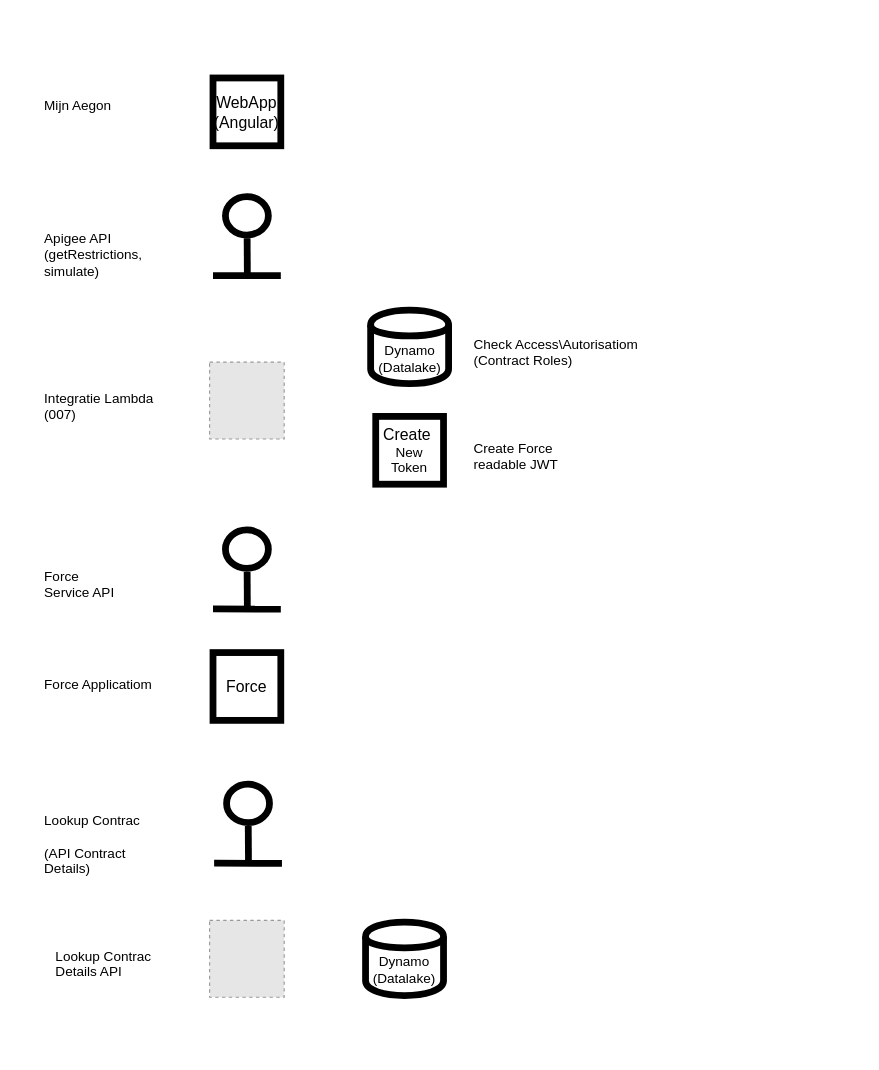
Before: apis_in_remedy.drawio in luchthandel/diagrams, a draw.io diagram. Source tidied: cells renumbered, new cells numbered last; positions are measured from the earlier drawing's top-left corner, leaving out a move shared by most shapes. Both pictures are drawn from the tidied source at 113%, with x=0, y=0 at pixel (42, 78). Pictures stored in the file or linked from it are replaced by grey dashed boxes.
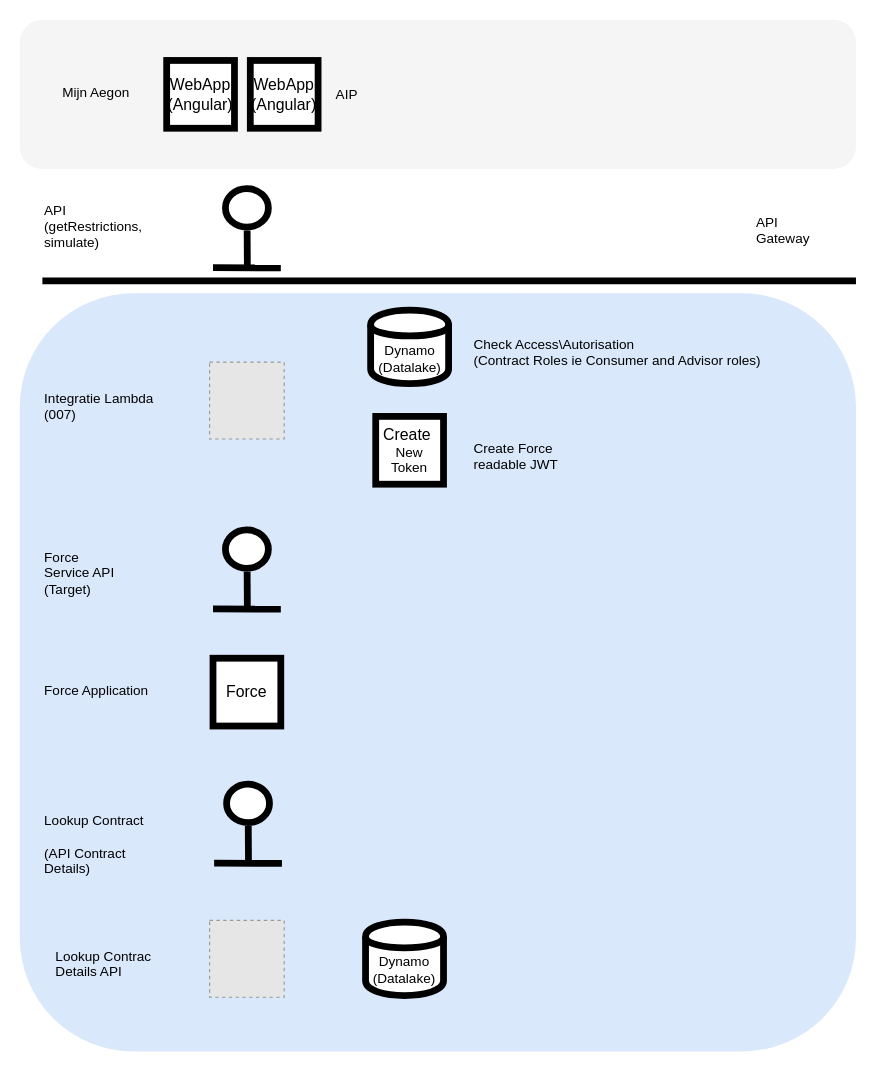
The same page after the edit.

The edit, as a diff of the source:
```diff
@@
+    <mxCell id="30" style="rounded=1;whiteSpace=wrap;html=1;strokeWidth=6;fillColor=#dae8fc;strokeColor=none;" parent="1" vertex="1">
+      <mxGeometry x="-20" y="190" width="740" height="671" as="geometry" />
+    </mxCell>
+    <mxCell id="31" style="rounded=1;whiteSpace=wrap;html=1;strokeWidth=6;fillColor=#f5f5f5;strokeColor=none;fontColor=#333333;" parent="1" vertex="1">
+      <mxGeometry x="-20" y="-52" width="740" height="132" as="geometry" />
+    </mxCell>
@@
     <mxCell id="3" style="group;strokeWidth=6;" parent="1" vertex="1">
-      <mxGeometry x="151" y="118.5" width="60" height="56" as="geometry" />
+      <mxGeometry x="151" y="111.5" width="60" height="56" as="geometry" />
     </mxCell>
@@
     <mxCell id="6" style="ellipse;whiteSpace=wrap;html=1;strokeWidth=6;fillColor=#ffffff;strokeColor=#000000;" parent="1" vertex="1">
-      <mxGeometry x="162" y="104.5" width="38" height="34" as="geometry" />
+      <mxGeometry x="162" y="97.5" width="38" height="34" as="geometry" />
     </mxCell>
     <mxCell id="7" value="&lt;font style=&quot;font-size: 14px&quot;&gt;WebApp&lt;br&gt;(Angular)&lt;/font&gt;&lt;br&gt;" style="rounded=0;whiteSpace=wrap;html=1;strokeWidth=6;" parent="1" vertex="1">
-      <mxGeometry x="151" y="-0.5" width="60" height="60" as="geometry" />
+      <mxGeometry x="110" y="-16" width="60" height="60" as="geometry" />
     </mxCell>
@@
     <mxCell id="12" value="&lt;span style=&quot;font-size: 14px&quot;&gt;Force&lt;/span&gt;&lt;br&gt;" style="rounded=0;whiteSpace=wrap;html=1;strokeWidth=6;" parent="1" vertex="1">
-      <mxGeometry x="151" y="508" width="60" height="60" as="geometry" />
+      <mxGeometry x="151" y="513" width="60" height="60" as="geometry" />
     </mxCell>
@@
     <mxCell id="15" value="Mijn Aegon" style="text;html=1;" parent="1" vertex="1">
-      <mxGeometry y="9.5" width="80" height="30" as="geometry" />
+      <mxGeometry x="16" y="-1" width="80" height="30" as="geometry" />
     </mxCell>
-    <mxCell id="16" value="Apigee API&lt;br&gt;(getRestrictions,&lt;br&gt;simulate)&lt;br&gt;" style="text;html=1;" parent="1" vertex="1">
-      <mxGeometry y="127.5" width="80" height="30" as="geometry" />
+    <mxCell id="16" value="API&lt;br&gt;(getRestrictions,&lt;br&gt;simulate)&lt;br&gt;" style="text;html=1;" parent="1" vertex="1">
+      <mxGeometry y="102.5" width="80" height="30" as="geometry" />
     </mxCell>
@@
-    <mxCell id="19" value="Check Access\Autorisatiom&lt;br&gt;(Contract Roles)&lt;br&gt;" style="text;html=1;" parent="1" vertex="1">
+    <mxCell id="19" value="Check Access\Autorisation&lt;br&gt;(Contract Roles ie Consumer and Advisor roles)&lt;br&gt;" style="text;html=1;" parent="1" vertex="1">
       <mxGeometry x="380" y="221.5" width="173" height="30" as="geometry" />
     </mxCell>
@@
-    <mxCell id="22" value="Force&lt;br&gt;Service API&lt;br&gt;" style="text;html=1;" parent="1" vertex="1">
-      <mxGeometry y="426.5" width="80" height="30" as="geometry" />
+    <mxCell id="22" value="Force&lt;br&gt;Service API&lt;br&gt;(Target)&lt;br&gt;" style="text;html=1;" parent="1" vertex="1">
+      <mxGeometry y="410" width="80" height="47" as="geometry" />
     </mxCell>
-    <mxCell id="23" value="Force Applicatiom&lt;br&gt;" style="text;html=1;" parent="1" vertex="1">
-      <mxGeometry y="523" width="80" height="30" as="geometry" />
+    <mxCell id="23" value="Force Application&lt;br&gt;" style="text;html=1;" parent="1" vertex="1">
+      <mxGeometry y="528" width="80" height="30" as="geometry" />
     </mxCell>
@@
-    <mxCell id="29" value="Lookup Contrac&lt;br&gt;&lt;br&gt;(API Contract &lt;br&gt;Details)&lt;br&gt;" style="text;html=1;" parent="1" vertex="1">
+    <mxCell id="29" value="Lookup Contract&lt;br&gt;&lt;br&gt;(API Contract &lt;br&gt;Details)&lt;br&gt;" style="text;html=1;" parent="1" vertex="1">
       <mxGeometry y="642.5" width="80" height="30" as="geometry" />
     </mxCell>
+    <mxCell id="32" value="&lt;font style=&quot;font-size: 14px&quot;&gt;WebApp&lt;br&gt;(Angular)&lt;/font&gt;&lt;br&gt;" style="rounded=0;whiteSpace=wrap;html=1;strokeWidth=6;" parent="1" vertex="1">
+      <mxGeometry x="184" y="-16" width="60" height="60" as="geometry" />
+    </mxCell>
+    <mxCell id="33" value="AIP" style="text;html=1;" parent="1" vertex="1">
+      <mxGeometry x="258" y="1" width="80" height="30" as="geometry" />
+    </mxCell>
+    <mxCell id="34" style="endArrow=none;html=1;strokeWidth=6;" parent="1" edge="1">
+      <mxGeometry relative="1" as="geometry">
+        <mxPoint y="179" as="sourcePoint" />
+        <mxPoint x="720" y="179" as="targetPoint" />
+      </mxGeometry>
+    </mxCell>
+    <mxCell id="35" value="API&lt;br&gt;Gateway&lt;br&gt;" style="text;html=1;" parent="1" vertex="1">
+      <mxGeometry x="630" y="113.5" width="80" height="30" as="geometry" />
+    </mxCell>
```
